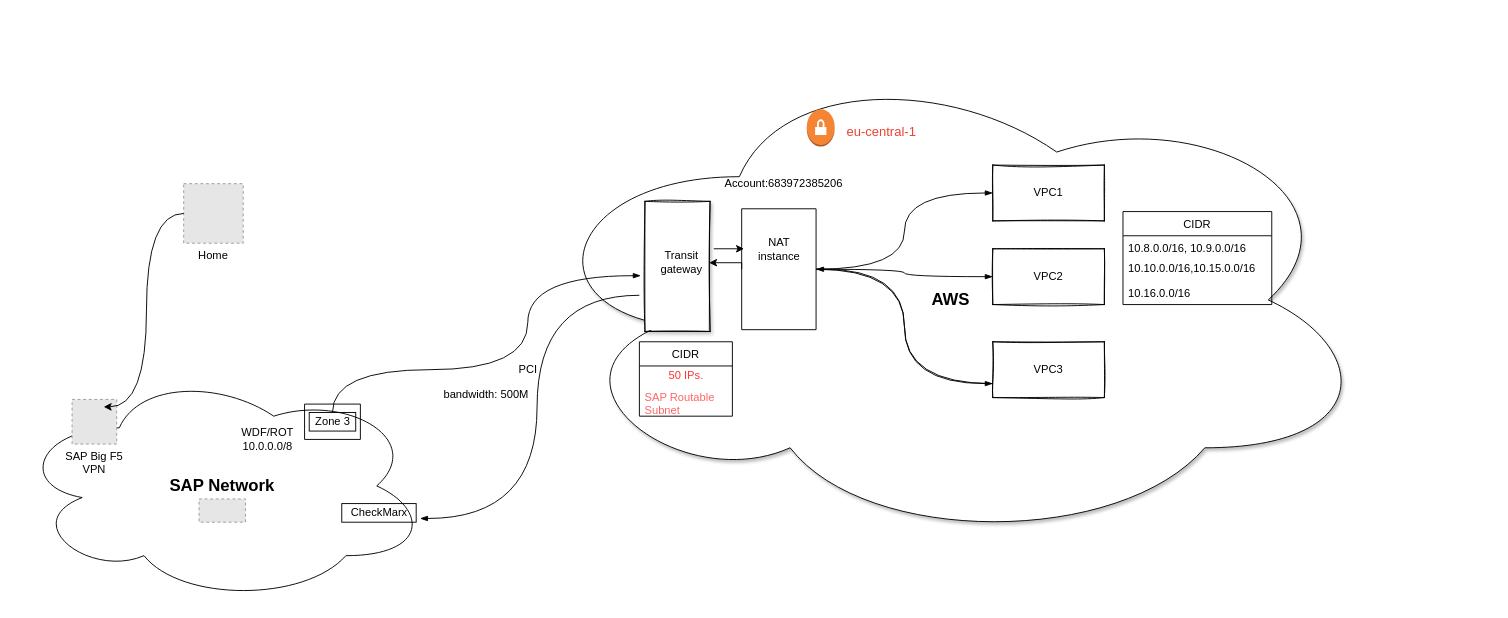
Earlier version of the draw.io diagram page "Gigya-PCI" (2 of 2) of Gigya_PCI.drawio (BismarckY/diagarm). Source tidied: cells renumbered, new cells numbered last; positions are measured from the earlier drawing's top-left corner, leaving out a move shared by most shapes. Both pictures are drawn from the tidied source at 93%, with x=0, y=0 at pixel (16, 53). Pictures stored in the file or linked from it are replaced by grey dashed boxes.
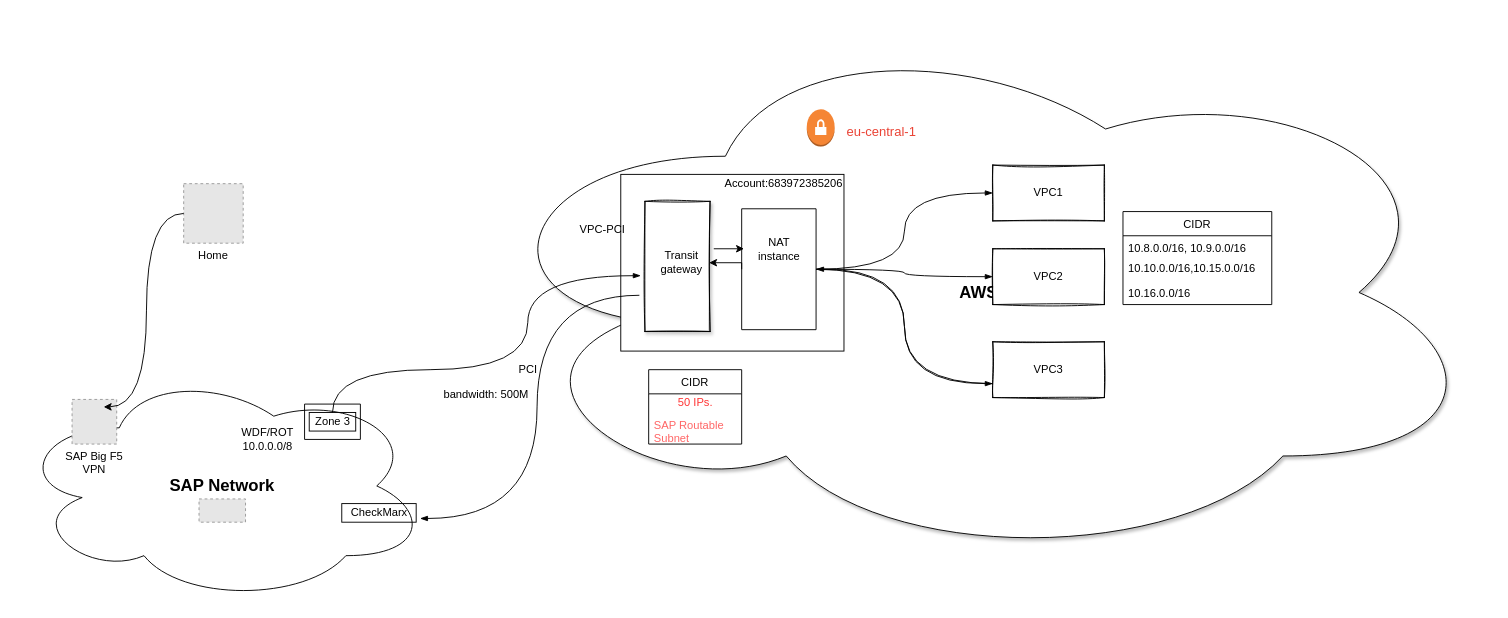
Above is the later version.

The edit, as a diff of the source:
```diff
@@
     <mxCell id="2" value="&lt;b&gt;&lt;font style=&quot;font-size: 18px&quot;&gt;AWS&lt;/font&gt;&lt;/b&gt;" style="ellipse;shape=cloud;whiteSpace=wrap;html=1;shadow=1;" parent="1" vertex="1">
-      <mxGeometry x="550" width="910" height="530" as="geometry" />
+      <mxGeometry x="490" y="-36" width="1090" height="586" as="geometry" />
     </mxCell>
+    <mxCell id="39" style="whiteSpace=wrap;html=1;" parent="1" vertex="1">
+      <mxGeometry x="650" y="130" width="240" height="190" as="geometry" />
+    </mxCell>
@@
     <mxCell id="28" value="CIDR" style="swimlane;fontStyle=0;horizontal=1;startSize=26;" parent="1" vertex="1">
-      <mxGeometry x="670" y="310" width="100" height="80" as="geometry" />
+      <mxGeometry x="680" y="340" width="100" height="80" as="geometry" />
     </mxCell>
@@
+    <mxCell id="40" value="VPC-PCI" style="text;html=1;align=center;verticalAlign=middle;fillColor=none;strokeColor=none;rounded=0;" parent="1" vertex="1">
+      <mxGeometry x="600" y="180" width="60" height="20" as="geometry" />
+    </mxCell>
```
